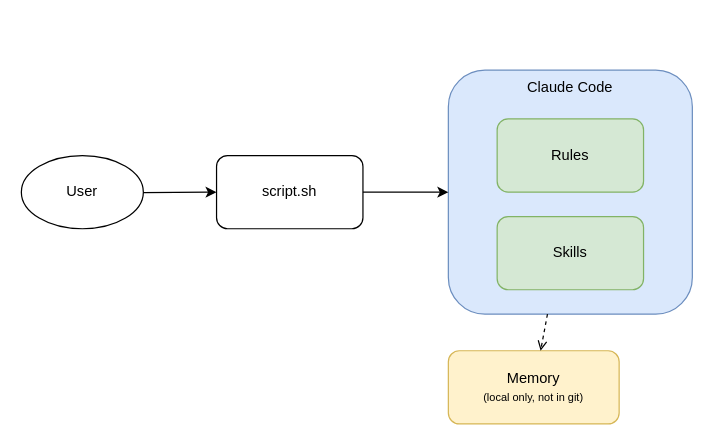
The draw.io diagram assets/diagrams/diagram.drawio in lezw-1/builder, before the edit. Source tidied: cells renumbered, new cells numbered last; positions are measured from the earlier drawing's top-left corner, leaving out a move shared by most shapes. Both pictures are drawn from the tidied source at 122%, with x=0, y=0 at pixel (21, 70).
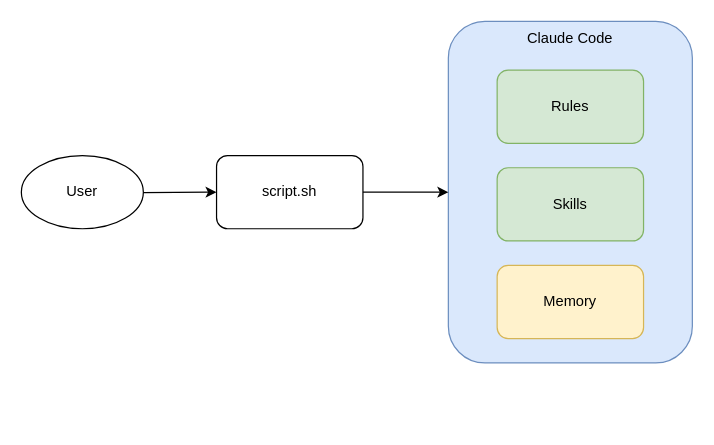
The same page after the edit.

Commit message:
fix: align diagram arrows, memory inside Claude Code

What changed in the source:
```diff
@@
 <mxGraphModel>
   <root>
     <mxCell id="0" />
     <mxCell id="1" parent="0" />
     <mxCell id="2" value="User" style="ellipse;whiteSpace=wrap;html=1;" parent="1" vertex="1">
       <mxGeometry y="70" width="100" height="60" as="geometry" />
     </mxCell>
     <mxCell id="3" value="script.sh" style="rounded=1;whiteSpace=wrap;html=1;" parent="1" vertex="1">
       <mxGeometry x="160" y="70" width="120" height="60" as="geometry" />
     </mxCell>
     <mxCell id="4" value="Claude Code" style="rounded=1;whiteSpace=wrap;html=1;fillColor=#dae8fc;strokeColor=#6c8ebf;verticalAlign=top;" parent="1" vertex="1">
-      <mxGeometry x="350" width="200" height="200" as="geometry" />
+      <mxGeometry x="350" y="-40" width="200" height="280" as="geometry" />
     </mxCell>
     <mxCell id="5" value="Rules" style="rounded=1;whiteSpace=wrap;html=1;fillColor=#d5e8d4;strokeColor=#82b366;" parent="4" vertex="1">
       <mxGeometry x="40" y="40" width="120" height="60" as="geometry" />
     </mxCell>
     <mxCell id="6" value="Skills" style="rounded=1;whiteSpace=wrap;html=1;fillColor=#d5e8d4;strokeColor=#82b366;" parent="4" vertex="1">
       <mxGeometry x="40" y="120" width="120" height="60" as="geometry" />
     </mxCell>
-    <mxCell id="7" value="Memory&lt;br&gt;&lt;font style=&quot;font-size:9px;&quot;&gt;(local only, not in git)&lt;/font&gt;" style="rounded=1;whiteSpace=wrap;html=1;fillColor=#fff2cc;strokeColor=#d6b656;" parent="1" vertex="1">
-      <mxGeometry x="350" y="230" width="140" height="60" as="geometry" />
+    <mxCell id="7" value="Memory" style="rounded=1;whiteSpace=wrap;html=1;fillColor=#fff2cc;strokeColor=#d6b656;" parent="4" vertex="1">
+      <mxGeometry x="40" y="200" width="120" height="60" as="geometry" />
     </mxCell>
-    <mxCell id="8" style="dashed=1;endArrow=open;endFill=0;" parent="1" edge="1" source="4" target="7">
-      <mxGeometry relative="1" as="geometry" />
-    </mxCell>
     <mxCell id="9" parent="1" edge="1" source="2" target="3">
       <mxGeometry relative="1" as="geometry" />
     </mxCell>
     <mxCell id="10" parent="1" edge="1" source="3" target="4">
       <mxGeometry relative="1" as="geometry" />
     </mxCell>
   </root>
 </mxGraphModel>
```
